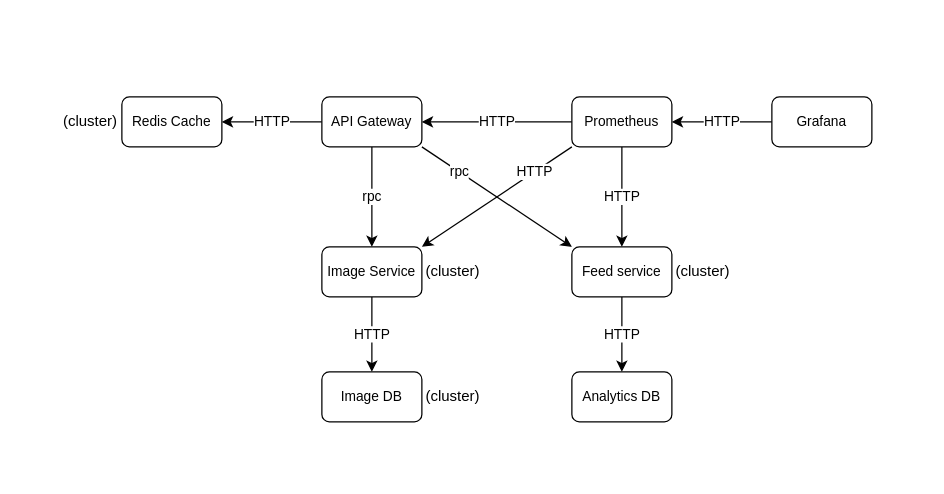
StefanB0/PAD keeps this draw.io diagram as local/diagrams/PAD_LAB_2.drawio. Above is the earlier version. Source tidied: cells renumbered, new cells numbered last; positions are measured from the earlier drawing's top-left corner, leaving out a move shared by most shapes. Both pictures are drawn from the tidied source at 125%, with x=0, y=0 at pixel (59, 96).
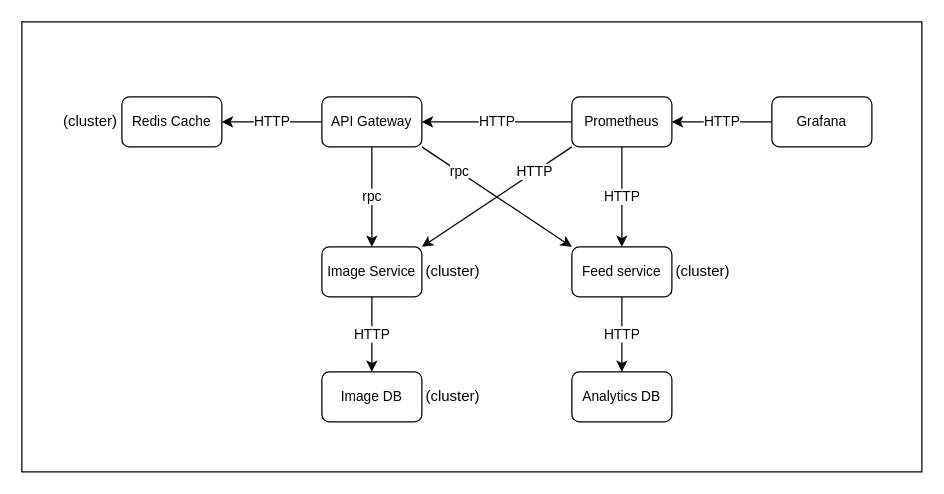
After the change.

The edit, as a diff of the source:
```diff
@@
+    <mxCell id="23" style="rounded=0;whiteSpace=wrap;html=1;fillColor=none;" parent="1" vertex="1">
+      <mxGeometry x="-30" y="-60" width="720" height="360" as="geometry" />
+    </mxCell>
```
